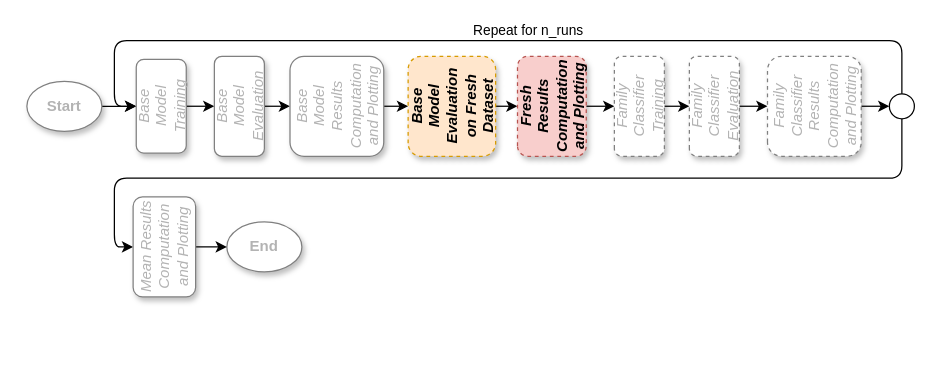
Before: page "workflow_base_fresh_dataset" (4 of 17) of Thesis/images/workflow.drawio in cmikke97/Thesis, a draw.io diagram. Source tidied: cells renumbered, new cells numbered last; positions are measured from the earlier drawing's top-left corner, leaving out a move shared by most shapes. Both pictures are drawn from the tidied source at 125%, with x=0, y=0 at pixel (26, 40).
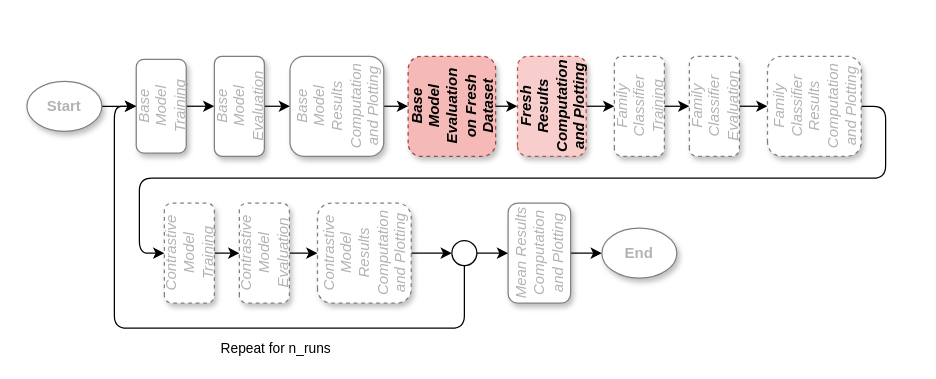
The same diagram, later.

Unchanged cells that the change refers to:
```xml
<mxCell id="10" value="Base&lt;br&gt;Model&lt;br&gt;Training" style="rounded=1;whiteSpace=wrap;html=1;shadow=1;sketch=0;fontStyle=2;rotation=-90;fontColor=#B3B3B3;fillColor=#FFFFFF;strokeColor=#808080;" parent="1" vertex="1">
  <mxGeometry x="70" y="32.5" width="75" height="40" as="geometry" />
</mxCell>
<mxCell id="26" value="Family&lt;br&gt;Classifier&lt;br&gt;Results&lt;br&gt;Computation&lt;br&gt;and Plotting" style="rounded=1;whiteSpace=wrap;html=1;shadow=1;sketch=0;fontStyle=2;dashed=1;rotation=-90;fontColor=#B3B3B3;fillColor=#FFFFFF;strokeColor=#808080;" parent="1" vertex="1">
  <mxGeometry x="590" y="15" width="80" height="75" as="geometry" />
</mxCell>
```

What changed in the source:
```diff
@@
-    <mxCell id="4" style="edgeStyle=orthogonalEdgeStyle;rounded=1;jettySize=auto;html=1;exitX=0.5;exitY=1;exitDx=0;exitDy=0;entryX=0.5;entryY=0;entryDx=0;entryDy=0;" parent="1" edge="1" source="5" target="20">
-      <mxGeometry relative="1" as="geometry">
-        <Array as="points">
-          <mxPoint x="700" y="110" />
-          <mxPoint x="70" y="110" />
-          <mxPoint x="70" y="165" />
-        </Array>
-      </mxGeometry>
-    </mxCell>
-    <mxCell id="5" style="ellipse;whiteSpace=wrap;html=1;labelPosition=right;verticalLabelPosition=middle;align=left;verticalAlign=middle;" parent="1" vertex="1">
-      <mxGeometry x="690" y="42.5" width="20" height="20" as="geometry" />
-    </mxCell>
-    <mxCell id="6" style="endArrow=classic;html=1;rounded=1;edgeStyle=orthogonalEdgeStyle;labelPosition=center;verticalLabelPosition=top;align=center;verticalAlign=bottom;entryX=0.5;entryY=0;entryDx=0;entryDy=0;exitX=0.5;exitY=0;exitDx=0;exitDy=0;" parent="1" edge="1" source="5" target="10">
-      <mxGeometry relative="1" as="geometry">
-        <Array as="points">
-          <mxPoint x="700" />
-          <mxPoint x="70" />
-          <mxPoint x="70" y="52" />
-        </Array>
-      </mxGeometry>
-    </mxCell>
-    <mxCell id="7" value="Repeat for n_runs" style="edgeLabel;html=1;align=center;verticalAlign=bottom;labelBackgroundColor=none;labelPosition=center;verticalLabelPosition=top;" parent="6" vertex="1">
-      <mxGeometry x="-0.08" y="1" relative="1" as="geometry">
-        <mxPoint y="-1" as="offset" />
-      </mxGeometry>
-    </mxCell>
-    <mxCell id="8" value="End" style="ellipse;whiteSpace=wrap;html=1;shadow=1;fontStyle=1;strokeColor=#808080;fillColor=#FFFFFF;fontColor=#B3B3B3;" parent="1" vertex="1">
-      <mxGeometry x="160" y="145" width="60" height="40" as="geometry" />
+    <mxCell id="8" value="End" style="ellipse;whiteSpace=wrap;html=1;shadow=1;fontStyle=1;fontColor=#B3B3B3;fillColor=#FFFFFF;strokeColor=#808080;" parent="1" vertex="1">
+      <mxGeometry x="460" y="150" width="60" height="40" as="geometry" />
     </mxCell>
@@
-    <mxCell id="16" value="Base&lt;br&gt;Model&lt;br&gt;Evaluation&lt;br&gt;on Fresh&lt;br&gt;Dataset" style="rounded=1;whiteSpace=wrap;html=1;shadow=1;sketch=0;fillColor=#ffe6cc;strokeColor=#d79b00;fontStyle=3;dashed=1;rotation=-90;" parent="1" vertex="1">
+    <mxCell id="16" value="Base&lt;br&gt;Model&lt;br&gt;Evaluation&lt;br&gt;on Fresh&lt;br&gt;Dataset" style="rounded=1;whiteSpace=wrap;html=1;shadow=1;sketch=0;fontStyle=3;dashed=1;rotation=-90;fillColor=#F5BAB7;strokeColor=#9F4441;" parent="1" vertex="1">
       <mxGeometry x="300" y="17.5" width="80" height="70" as="geometry" />
     </mxCell>
@@
     <mxCell id="20" value="Mean Results&lt;br&gt;Computation&lt;br&gt;and Plotting" style="rounded=1;whiteSpace=wrap;html=1;shadow=1;sketch=0;fontStyle=2;rotation=-90;fontColor=#B3B3B3;fillColor=#FFFFFF;strokeColor=#808080;" parent="1" vertex="1">
-      <mxGeometry x="70" y="140" width="80" height="50" as="geometry" />
+      <mxGeometry x="370" y="145" width="80" height="50" as="geometry" />
     </mxCell>
@@
-    <mxCell id="25" style="edgeStyle=orthogonalEdgeStyle;rounded=1;jettySize=auto;html=1;exitX=0.5;exitY=1;exitDx=0;exitDy=0;entryX=0;entryY=0.5;entryDx=0;entryDy=0;" parent="1" edge="1" source="26" target="5">
-      <mxGeometry relative="1" as="geometry" />
-    </mxCell>
+    <mxCell id="27" style="edgeStyle=orthogonalEdgeStyle;rounded=1;jettySize=auto;html=1;exitX=0.5;exitY=1;exitDx=0;exitDy=0;entryX=0.5;entryY=0;entryDx=0;entryDy=0;" parent="1" edge="1" source="26" target="29">
+      <mxGeometry relative="1" as="geometry">
+        <Array as="points">
+          <mxPoint x="687" y="52" />
+          <mxPoint x="687" y="110" />
+          <mxPoint x="90" y="110" />
+          <mxPoint x="90" y="170" />
+        </Array>
+      </mxGeometry>
+    </mxCell>
@@
+    <mxCell id="28" style="edgeStyle=orthogonalEdgeStyle;rounded=0;jettySize=auto;html=1;exitX=0.5;exitY=1;exitDx=0;exitDy=0;entryX=0.5;entryY=0;entryDx=0;entryDy=0;" parent="1" edge="1" source="29" target="31">
+      <mxGeometry relative="1" as="geometry" />
+    </mxCell>
+    <mxCell id="29" value="Contrastive&lt;br&gt;Model&lt;br&gt;Training" style="rounded=1;whiteSpace=wrap;html=1;shadow=1;sketch=0;fontStyle=2;dashed=1;rotation=-90;fontColor=#B3B3B3;fillColor=#FFFFFF;strokeColor=#808080;" parent="1" vertex="1">
+      <mxGeometry x="90" y="150" width="80" height="40" as="geometry" />
+    </mxCell>
+    <mxCell id="30" style="edgeStyle=orthogonalEdgeStyle;rounded=0;jettySize=auto;html=1;exitX=0.5;exitY=1;exitDx=0;exitDy=0;entryX=0.5;entryY=0;entryDx=0;entryDy=0;" parent="1" edge="1" source="31" target="33">
+      <mxGeometry relative="1" as="geometry" />
+    </mxCell>
+    <mxCell id="31" value="Contrastive&lt;br&gt;Model&lt;br&gt;Evaluation" style="rounded=1;whiteSpace=wrap;html=1;shadow=1;sketch=0;fontStyle=2;dashed=1;rotation=-90;fontColor=#B3B3B3;fillColor=#FFFFFF;strokeColor=#808080;" parent="1" vertex="1">
+      <mxGeometry x="150" y="150" width="80" height="40" as="geometry" />
+    </mxCell>
+    <mxCell id="32" style="edgeStyle=orthogonalEdgeStyle;rounded=0;jettySize=auto;html=1;exitX=0.5;exitY=1;exitDx=0;exitDy=0;entryX=0;entryY=0.5;entryDx=0;entryDy=0;" parent="1" edge="1" source="33" target="36">
+      <mxGeometry relative="1" as="geometry" />
+    </mxCell>
+    <mxCell id="33" value="Contrastive&lt;br&gt;Model&lt;br&gt;Results&lt;br&gt;Computation&lt;br&gt;and Plotting" style="rounded=1;whiteSpace=wrap;html=1;shadow=1;sketch=0;fontStyle=2;dashed=1;rotation=-90;fontColor=#B3B3B3;fillColor=#FFFFFF;strokeColor=#808080;" parent="1" vertex="1">
+      <mxGeometry x="230" y="132.5" width="80" height="75" as="geometry" />
+    </mxCell>
+    <mxCell id="34" style="edgeStyle=orthogonalEdgeStyle;rounded=0;jettySize=auto;html=1;exitX=1;exitY=0.5;exitDx=0;exitDy=0;entryX=0.5;entryY=0;entryDx=0;entryDy=0;" parent="1" edge="1" source="36" target="20">
+      <mxGeometry relative="1" as="geometry" />
+    </mxCell>
+    <mxCell id="35" style="edgeStyle=orthogonalEdgeStyle;rounded=1;jettySize=auto;html=1;exitX=0.5;exitY=1;exitDx=0;exitDy=0;entryX=0.5;entryY=0;entryDx=0;entryDy=0;" parent="1" edge="1" source="36" target="10">
+      <mxGeometry relative="1" as="geometry">
+        <Array as="points">
+          <mxPoint x="350" y="230" />
+          <mxPoint x="70" y="230" />
+          <mxPoint x="70" y="52" />
+        </Array>
+      </mxGeometry>
+    </mxCell>
+    <mxCell id="7" value="Repeat for n_runs" style="edgeLabel;html=1;align=center;verticalAlign=top;labelPosition=center;verticalLabelPosition=bottom;labelBackgroundColor=none;" parent="35" vertex="1">
+      <mxGeometry x="-0.23" y="3" relative="1" as="geometry" />
+    </mxCell>
+    <mxCell id="36" style="ellipse;whiteSpace=wrap;html=1;" parent="1" vertex="1">
+      <mxGeometry x="340" y="160" width="20" height="20" as="geometry" />
+    </mxCell>
```
